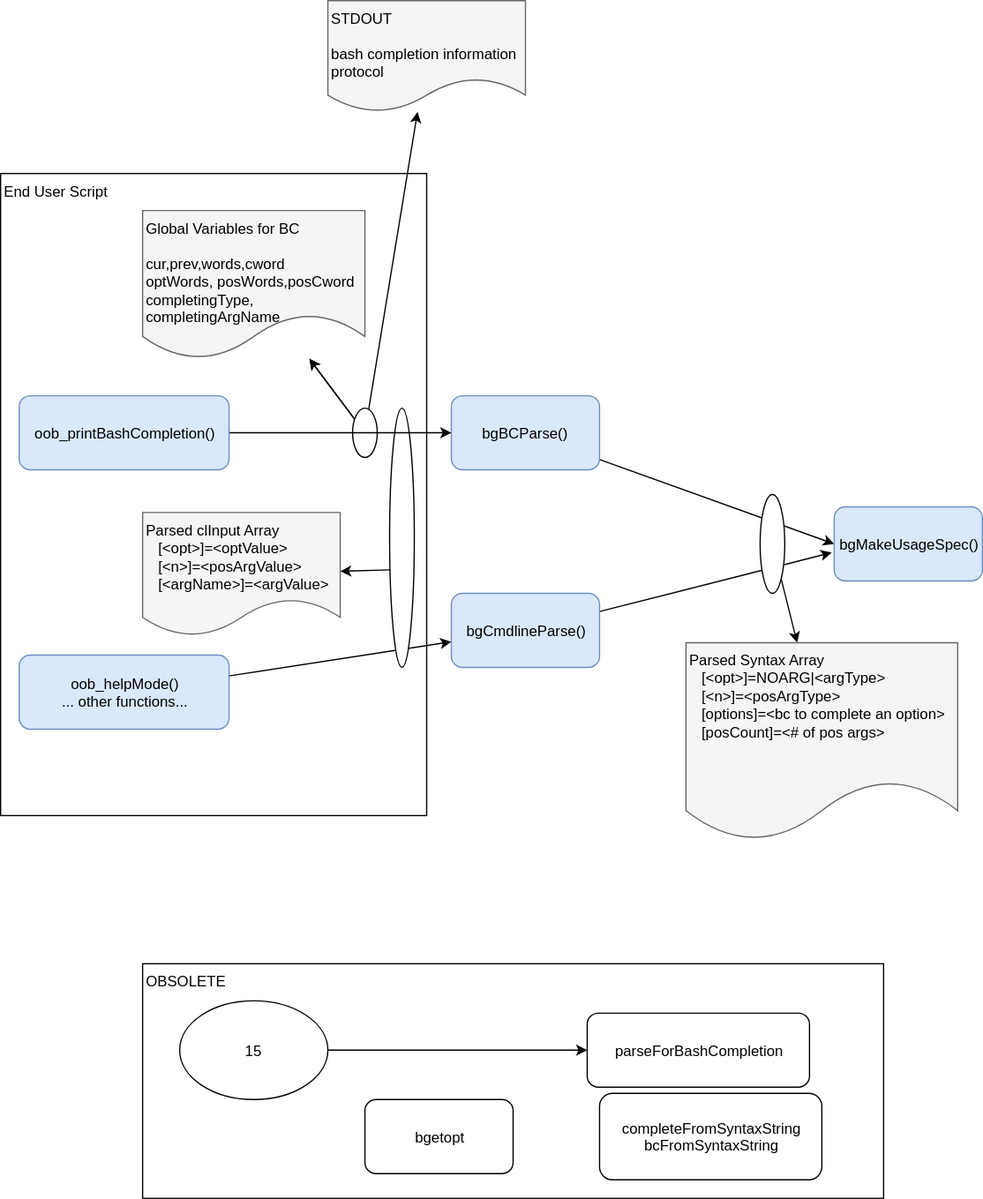
The draw.io diagram doc/BashCmdlineProcessing.svg in junga-com/bg-core, before a commit. Source tidied: cells renumbered, new cells last; positions are measured from the earlier drawing's top-left corner, leaving out a move shared by most shapes. The source it was exported from:
```xml
<mxGraphModel background="#ffffff">
  <root>
    <mxCell id="0" />
    <mxCell id="1" parent="0" />
    <mxCell id="2" value="End User Script" style="rounded=0;whiteSpace=wrap;html=1;align=left;verticalAlign=top;" parent="1" vertex="1">
      <mxGeometry y="140" width="345" height="520" as="geometry" />
    </mxCell>
    <mxCell id="3" value="OBSOLETE" style="rounded=0;whiteSpace=wrap;html=1;verticalAlign=top;align=left;" parent="1" vertex="1">
      <mxGeometry x="115" y="780" width="600" height="190" as="geometry" />
    </mxCell>
    <mxCell id="4" value="completeFromSyntaxString&lt;br&gt;bcFromSyntaxString&lt;br&gt;" style="rounded=1;whiteSpace=wrap;html=1;" parent="1" vertex="1">
      <mxGeometry x="485" y="885" width="180" height="70" as="geometry" />
    </mxCell>
    <mxCell id="5" style="rounded=0;html=1;entryX=0;entryY=0.5;jettySize=auto;" parent="1" edge="1" source="6" target="10">
      <mxGeometry relative="1" as="geometry" />
    </mxCell>
    <mxCell id="6" value="bgBCParse()" style="rounded=1;whiteSpace=wrap;html=1;fillColor=#dae8fc;strokeColor=#6c8ebf;" parent="1" vertex="1">
      <mxGeometry x="365" y="320" width="120" height="60" as="geometry" />
    </mxCell>
    <mxCell id="7" style="rounded=0;html=1;jettySize=auto;entryX=-0.017;entryY=0.617;entryPerimeter=0;" parent="1" edge="1" source="9" target="10">
      <mxGeometry relative="1" as="geometry" />
    </mxCell>
    <mxCell id="8" style="edgeStyle=none;rounded=0;html=1;jettySize=auto;" parent="1" edge="1" source="27" target="9">
      <mxGeometry relative="1" as="geometry" />
    </mxCell>
    <mxCell id="9" value="bgCmdlineParse()" style="rounded=1;whiteSpace=wrap;html=1;fillColor=#dae8fc;strokeColor=#6c8ebf;" parent="1" vertex="1">
      <mxGeometry x="365" y="480" width="120" height="60" as="geometry" />
    </mxCell>
    <mxCell id="10" value="bgMakeUsageSpec()" style="rounded=1;whiteSpace=wrap;html=1;fillColor=#dae8fc;strokeColor=#6c8ebf;" parent="1" vertex="1">
      <mxGeometry x="675" y="410" width="120" height="60" as="geometry" />
    </mxCell>
    <mxCell id="11" value="parseForBashCompletion" style="rounded=1;whiteSpace=wrap;html=1;" parent="1" vertex="1">
      <mxGeometry x="475" y="820" width="180" height="60" as="geometry" />
    </mxCell>
    <mxCell id="12" style="edgeStyle=none;rounded=0;html=1;entryX=0;entryY=0.5;jettySize=auto;" parent="1" edge="1" source="13" target="11">
      <mxGeometry relative="1" as="geometry" />
    </mxCell>
    <mxCell id="13" value="15" style="ellipse;whiteSpace=wrap;html=1;" parent="1" vertex="1">
      <mxGeometry x="145" y="810" width="120" height="80" as="geometry" />
    </mxCell>
    <mxCell id="14" value="&lt;div style=&quot;text-align: center&quot;&gt;&lt;span&gt;bgetopt&lt;/span&gt;&lt;/div&gt;" style="rounded=1;whiteSpace=wrap;html=1;align=center;" parent="1" vertex="1">
      <mxGeometry x="295" y="890" width="120" height="60" as="geometry" />
    </mxCell>
    <mxCell id="15" style="edgeStyle=none;rounded=0;html=1;jettySize=auto;exitX=0.05;exitY=0.626;exitPerimeter=0;" parent="1" edge="1" source="20" target="16">
      <mxGeometry relative="1" as="geometry" />
    </mxCell>
    <mxCell id="16" value="Parsed clInput Array&lt;br&gt;&amp;nbsp; &amp;nbsp;[&amp;lt;opt&amp;gt;]=&amp;lt;optValue&amp;gt;&lt;br&gt;&amp;nbsp; &amp;nbsp;[&amp;lt;n&amp;gt;]=&amp;lt;posArgValue&amp;gt;&lt;br&gt;&amp;nbsp; &amp;nbsp;[&amp;lt;argName&amp;gt;]=&amp;lt;argValue&amp;gt;&lt;br&gt;&lt;br&gt;" style="shape=document;whiteSpace=wrap;html=1;boundedLbl=1;align=left;verticalAlign=top;fillColor=#f5f5f5;strokeColor=#666666;" parent="1" vertex="1">
      <mxGeometry x="115" y="414.5" width="160" height="100" as="geometry" />
    </mxCell>
    <mxCell id="17" style="edgeStyle=none;rounded=0;html=1;jettySize=auto;" parent="1" edge="1" source="18" target="19">
      <mxGeometry relative="1" as="geometry" />
    </mxCell>
    <mxCell id="18" style="ellipse;whiteSpace=wrap;html=1;align=left;" parent="1" vertex="1">
      <mxGeometry x="615" y="400" width="20" height="80" as="geometry" />
    </mxCell>
    <mxCell id="19" value="Parsed Syntax Array&lt;br&gt;&amp;nbsp; &amp;nbsp;[&amp;lt;opt&amp;gt;]=NOARG|&amp;lt;argType&amp;gt;&lt;br&gt;&amp;nbsp; &amp;nbsp;[&amp;lt;n&amp;gt;]=&amp;lt;posArgType&amp;gt;&lt;br&gt;&amp;nbsp; &amp;nbsp;[options]=&amp;lt;bc to complete an option&amp;gt;&lt;br&gt;&amp;nbsp; &amp;nbsp;[posCount]=&amp;lt;# of pos args&amp;gt;&lt;br&gt;" style="shape=document;whiteSpace=wrap;html=1;boundedLbl=1;align=left;verticalAlign=top;fillColor=#f5f5f5;strokeColor=#666666;" parent="1" vertex="1">
      <mxGeometry x="555" y="520" width="220" height="160" as="geometry" />
    </mxCell>
    <mxCell id="20" style="ellipse;whiteSpace=wrap;html=1;align=left;" parent="1" vertex="1">
      <mxGeometry x="315" y="330" width="20" height="210" as="geometry" />
    </mxCell>
    <mxCell id="21" style="edgeStyle=none;rounded=0;html=1;jettySize=auto;" parent="1" edge="1" source="23" target="25">
      <mxGeometry relative="1" as="geometry" />
    </mxCell>
    <mxCell id="22" style="edgeStyle=none;rounded=0;html=1;jettySize=auto;" parent="1" edge="1" source="23" target="28">
      <mxGeometry relative="1" as="geometry" />
    </mxCell>
    <mxCell id="23" style="ellipse;whiteSpace=wrap;html=1;align=left;" parent="1" vertex="1">
      <mxGeometry x="285" y="330" width="20" height="40" as="geometry" />
    </mxCell>
    <mxCell id="24" style="edgeStyle=none;rounded=0;html=1;jettySize=auto;" parent="1" edge="1" source="26" target="6">
      <mxGeometry relative="1" as="geometry" />
    </mxCell>
    <mxCell id="25" value="STDOUT&lt;br&gt;&lt;br&gt;bash completion information&lt;br&gt;protocol&lt;br&gt;" style="shape=document;whiteSpace=wrap;html=1;boundedLbl=1;align=left;verticalAlign=top;fillColor=#f5f5f5;strokeColor=#666666;" parent="1" vertex="1">
      <mxGeometry x="265" width="160" height="90" as="geometry" />
    </mxCell>
    <mxCell id="26" value="oob_printBashCompletion()" style="rounded=1;whiteSpace=wrap;html=1;fillColor=#dae8fc;strokeColor=#6c8ebf;" parent="1" vertex="1">
      <mxGeometry x="15" y="320" width="170" height="60" as="geometry" />
    </mxCell>
    <mxCell id="27" value="oob_helpMode()&lt;br&gt;... other functions...&lt;br&gt;" style="rounded=1;whiteSpace=wrap;html=1;fillColor=#dae8fc;strokeColor=#6c8ebf;" parent="1" vertex="1">
      <mxGeometry x="15" y="530" width="170" height="60" as="geometry" />
    </mxCell>
    <mxCell id="28" value="Global Variables for BC&lt;br&gt;&lt;br&gt;cur,prev,words,cword&lt;br&gt;optWords, posWords,posCword&lt;br&gt;completingType,&lt;br&gt;completingArgName&lt;br&gt;" style="shape=document;whiteSpace=wrap;html=1;boundedLbl=1;align=left;verticalAlign=top;fillColor=#f5f5f5;strokeColor=#666666;" parent="1" vertex="1">
      <mxGeometry x="115" y="170" width="180" height="120" as="geometry" />
    </mxCell>
    <mxCell id="29" style="edgeStyle=none;rounded=0;html=1;jettySize=auto;" parent="1" edge="1" source="23" target="28">
      <mxGeometry relative="1" as="geometry" />
    </mxCell>
  </root>
</mxGraphModel>
```
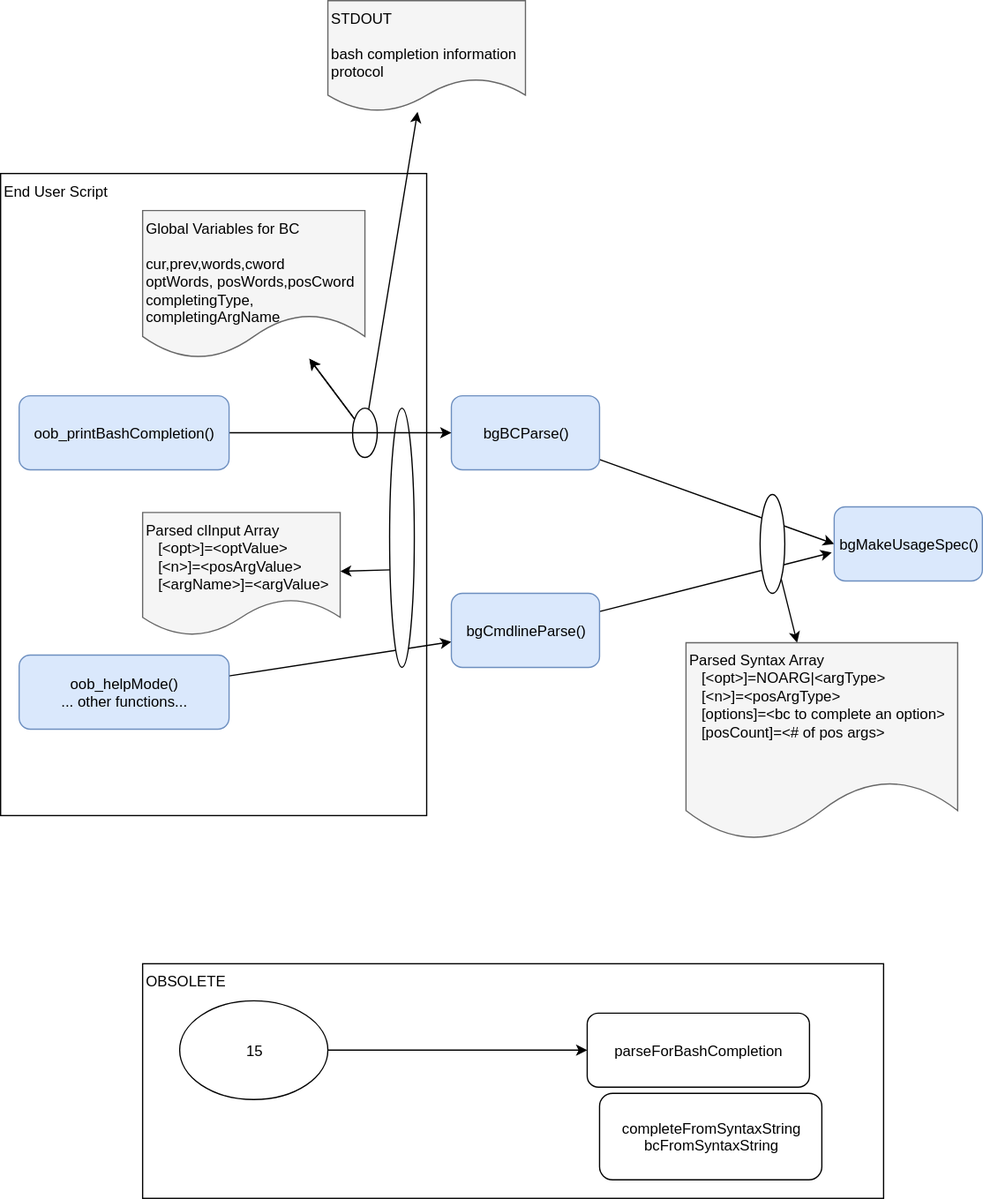
After the commit.

Change to the diagram source:
```diff
@@ -38,9 +38,6 @@
     <mxCell id="13" value="15" style="ellipse;whiteSpace=wrap;html=1;" parent="1" vertex="1">
       <mxGeometry x="145" y="810" width="120" height="80" as="geometry" />
     </mxCell>
-    <mxCell id="14" value="&lt;div style=&quot;text-align: center&quot;&gt;&lt;span&gt;bgetopt&lt;/span&gt;&lt;/div&gt;" style="rounded=1;whiteSpace=wrap;html=1;align=center;" parent="1" vertex="1">
-      <mxGeometry x="295" y="890" width="120" height="60" as="geometry" />
-    </mxCell>
     <mxCell id="15" style="edgeStyle=none;rounded=0;html=1;jettySize=auto;exitX=0.05;exitY=0.626;exitPerimeter=0;" parent="1" edge="1" source="20" target="16">
       <mxGeometry relative="1" as="geometry" />
     </mxCell>
```
